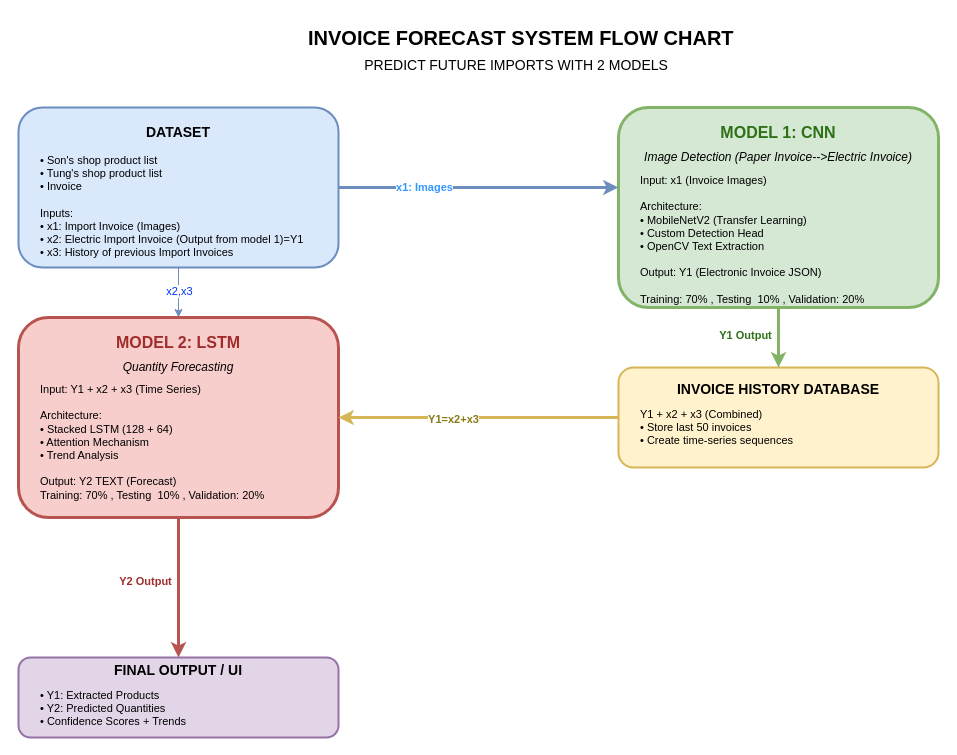
The draw.io diagram FLOW.drawio in wikiepeidia/predict-future-import-for-Retail-store-products, before the edit. Source tidied: cells renumbered, new cells numbered last; positions are measured from the earlier drawing's top-left corner, leaving out a move shared by most shapes. Both pictures are drawn from the tidied source at 100%, with x=0, y=0 at pixel (18, 17).
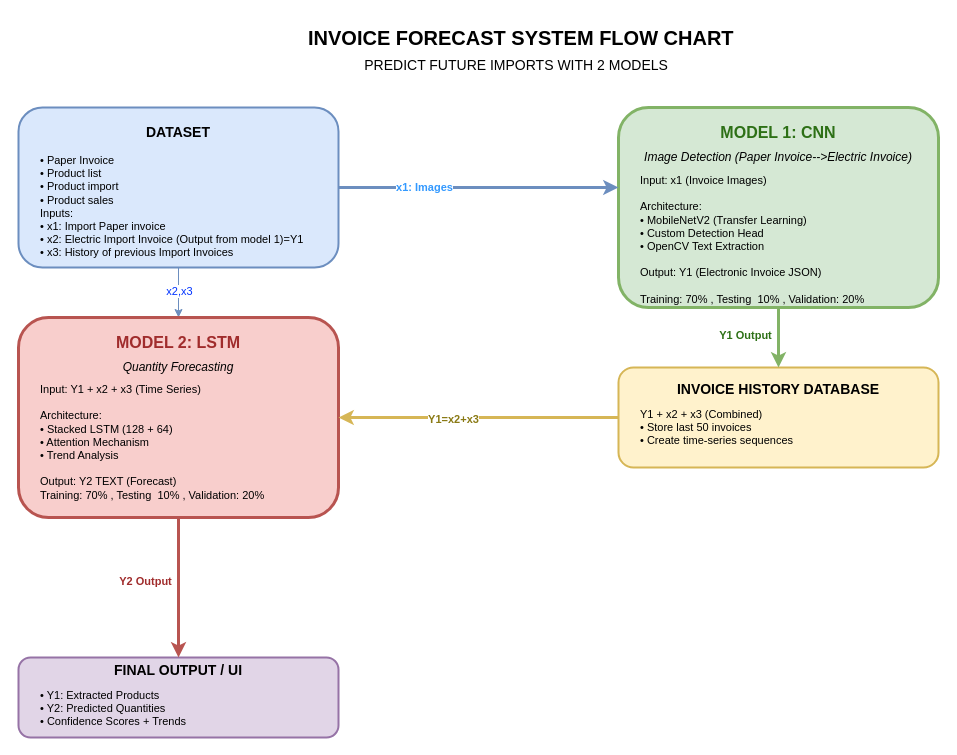
The same page after the edit.

The edit, as a diff of the source:
```diff
@@
-    <mxCell id="8" value="• Son's shop product list&lt;br&gt;• Tung's shop product list&lt;br&gt;• Invoice&lt;br&gt;&lt;br&gt;Inputs:&lt;br&gt;• x1: Import Invoice (Images)&lt;br&gt;• x2: Electric Import Invoice (Output from model 1)=Y1&lt;br&gt;• x3: History of previous Import Invoices" style="text;html=1;strokeColor=none;fillColor=none;align=left;verticalAlign=top;whiteSpace=wrap;rounded=0;fontSize=11;" parent="1" vertex="1">
+    <mxCell id="8" value="• Paper Invoice&lt;div&gt;• Product list&lt;/div&gt;&lt;div&gt;• Product import&lt;/div&gt;&lt;div&gt;• Product sales&lt;div&gt;Inputs:&lt;br&gt;• x1: Import Paper invoice&lt;br&gt;• x2: Electric Import Invoice (Output from model 1)=Y1&lt;br&gt;• x3: History of previous Import Invoices&lt;/div&gt;&lt;/div&gt;" style="text;html=1;strokeColor=none;fillColor=none;align=left;verticalAlign=top;whiteSpace=wrap;rounded=0;fontSize=11;" parent="1" vertex="1">
       <mxGeometry x="20" y="130" width="280" height="105" as="geometry" />
     </mxCell>
```
